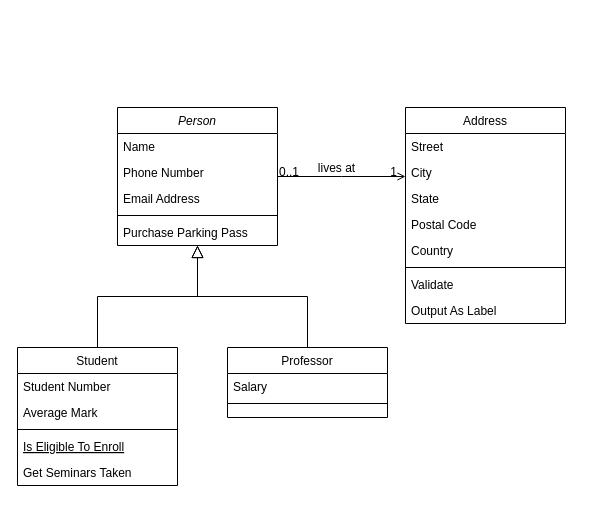
The draw.io diagram Untitled Diagram.drawio in Neptuneqaq/neptune, before the edit. Source tidied: cells renumbered, new cells numbered last; positions are measured from the earlier drawing's top-left corner, leaving out a move shared by most shapes. Both pictures are drawn from the tidied source at 100%, with x=0, y=0 at pixel (17, 107).
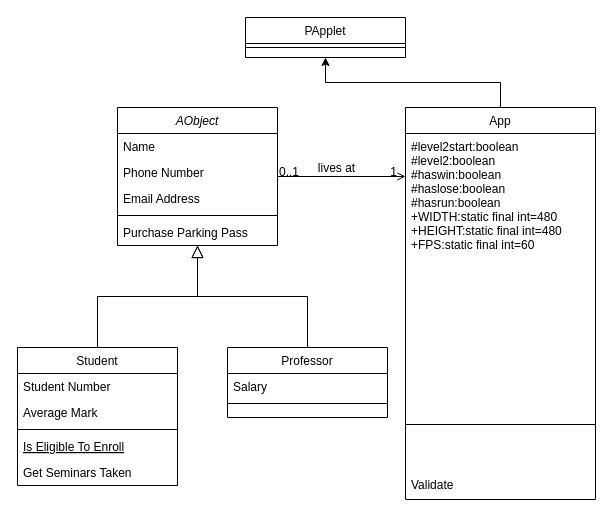
After the change.

Change to the diagram source:
```diff
@@
-    <mxCell id="2" value="Person" style="swimlane;fontStyle=2;align=center;verticalAlign=top;horizontal=1;startSize=26;rounded=0;shadow=0;strokeWidth=1;" parent="1" vertex="1">
+    <mxCell id="2" value="AObject" style="swimlane;fontStyle=2;align=center;verticalAlign=top;horizontal=1;startSize=26;rounded=0;shadow=0;strokeWidth=1;" parent="1" vertex="1">
       <mxGeometry x="100" width="160" height="138" as="geometry" />
     </mxCell>
@@
+    <mxCell id="32" style="edgeStyle=orthogonalEdgeStyle;rounded=0;jettySize=auto;html=1;exitX=0.5;exitY=0;exitDx=0;exitDy=0;entryX=0.5;entryY=1;entryDx=0;entryDy=0;fontColor=default;" parent="1" edge="1" source="19" target="33">
+      <mxGeometry relative="1" as="geometry" />
+    </mxCell>
-    <mxCell id="19" value="Address" style="swimlane;fontStyle=0;align=center;verticalAlign=top;horizontal=1;startSize=26;rounded=0;shadow=0;strokeWidth=1;" parent="1" vertex="1">
-      <mxGeometry x="388" width="160" height="216" as="geometry" />
+    <mxCell id="19" value="App" style="swimlane;fontStyle=0;align=center;verticalAlign=top;horizontal=1;startSize=26;rounded=0;shadow=0;strokeWidth=1;" parent="1" vertex="1">
+      <mxGeometry x="388" width="190" height="392" as="geometry" />
     </mxCell>
-    <mxCell id="20" value="Street" style="text;align=left;verticalAlign=top;spacingLeft=4;spacingRight=4;overflow=hidden;" parent="19" vertex="1">
-      <mxGeometry y="26" width="160" height="26" as="geometry" />
-    </mxCell>
-    <mxCell id="21" value="City" style="text;align=left;verticalAlign=top;spacingLeft=4;spacingRight=4;overflow=hidden;rounded=0;shadow=0;html=0;" parent="19" vertex="1">
-      <mxGeometry y="52" width="160" height="26" as="geometry" />
-    </mxCell>
-    <mxCell id="22" value="State" style="text;align=left;verticalAlign=top;spacingLeft=4;spacingRight=4;overflow=hidden;rounded=0;shadow=0;html=0;" parent="19" vertex="1">
-      <mxGeometry y="78" width="160" height="26" as="geometry" />
-    </mxCell>
-    <mxCell id="23" value="Postal Code" style="text;align=left;verticalAlign=top;spacingLeft=4;spacingRight=4;overflow=hidden;rounded=0;shadow=0;html=0;" parent="19" vertex="1">
-      <mxGeometry y="104" width="160" height="26" as="geometry" />
-    </mxCell>
-    <mxCell id="24" value="Country" style="text;align=left;verticalAlign=top;spacingLeft=4;spacingRight=4;overflow=hidden;rounded=0;shadow=0;html=0;" parent="19" vertex="1">
-      <mxGeometry y="130" width="160" height="26" as="geometry" />
+    <mxCell id="24" value="#level2start:boolean&#10;#level2:boolean&#10;#haswin:boolean&#10;#haslose:boolean&#10;#hasrun:boolean&#10;+WIDTH:static final int=480&#10;+HEIGHT:static final int=480&#10;+FPS:static final int=60&#10;&#10;" style="text;align=left;verticalAlign=top;spacingLeft=4;spacingRight=4;overflow=hidden;rounded=0;shadow=0;html=0;" parent="19" vertex="1">
+      <mxGeometry y="26" width="190" height="244" as="geometry" />
     </mxCell>
     <mxCell id="25" style="line;html=1;strokeWidth=1;align=left;verticalAlign=middle;spacingTop=-1;spacingLeft=3;spacingRight=3;labelPosition=right;" parent="19" vertex="1">
-      <mxGeometry y="156" width="160" height="8" as="geometry" />
+      <mxGeometry y="270" width="190" height="94" as="geometry" />
     </mxCell>
     <mxCell id="26" value="Validate" style="text;align=left;verticalAlign=top;spacingLeft=4;spacingRight=4;overflow=hidden;" parent="19" vertex="1">
-      <mxGeometry y="164" width="160" height="26" as="geometry" />
+      <mxGeometry y="364" width="190" height="28" as="geometry" />
     </mxCell>
-    <mxCell id="27" value="Output As Label" style="text;align=left;verticalAlign=top;spacingLeft=4;spacingRight=4;overflow=hidden;" parent="19" vertex="1">
-      <mxGeometry y="190" width="160" height="26" as="geometry" />
-    </mxCell>
@@
+    <mxCell id="33" value="PApplet" style="swimlane;fontStyle=0;align=center;verticalAlign=top;horizontal=1;startSize=26;rounded=0;shadow=0;strokeWidth=1;fontColor=default;" parent="1" vertex="1">
+      <mxGeometry x="228" y="-90" width="160" height="40" as="geometry" />
+    </mxCell>
+    <mxCell id="34" style="line;html=1;strokeWidth=1;align=left;verticalAlign=middle;spacingTop=-1;spacingLeft=3;spacingRight=3;labelPosition=right;" parent="33" vertex="1">
+      <mxGeometry y="26" width="160" height="8" as="geometry" />
+    </mxCell>
```
